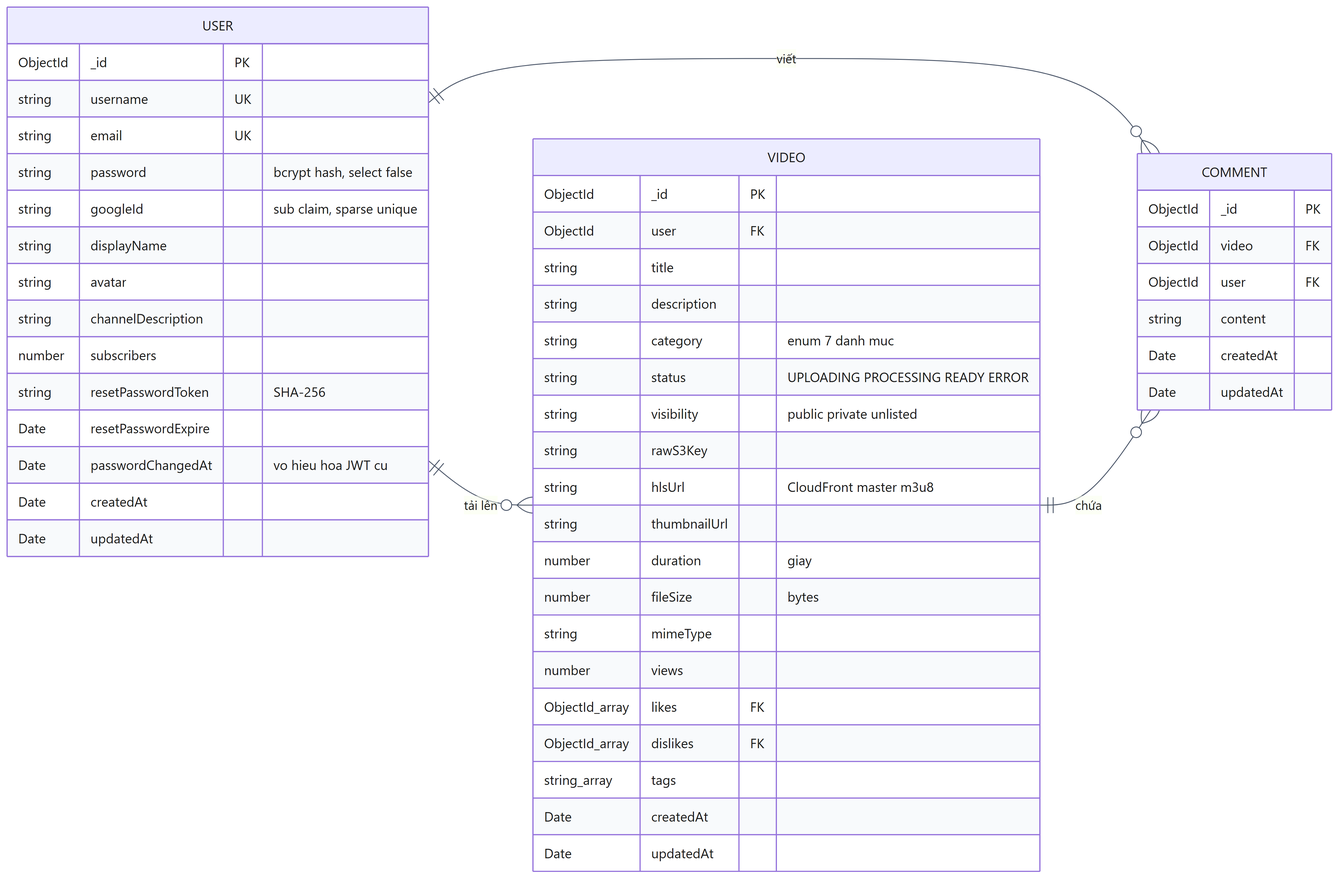
Earlier version of the Mermaid export docs/diagrams/04-database-erd.png (DinhQuocCuong28664/DACNTT_VideoStreaming). Its source is kept beside it as docs/diagrams/src/04-database-erd.mmd.
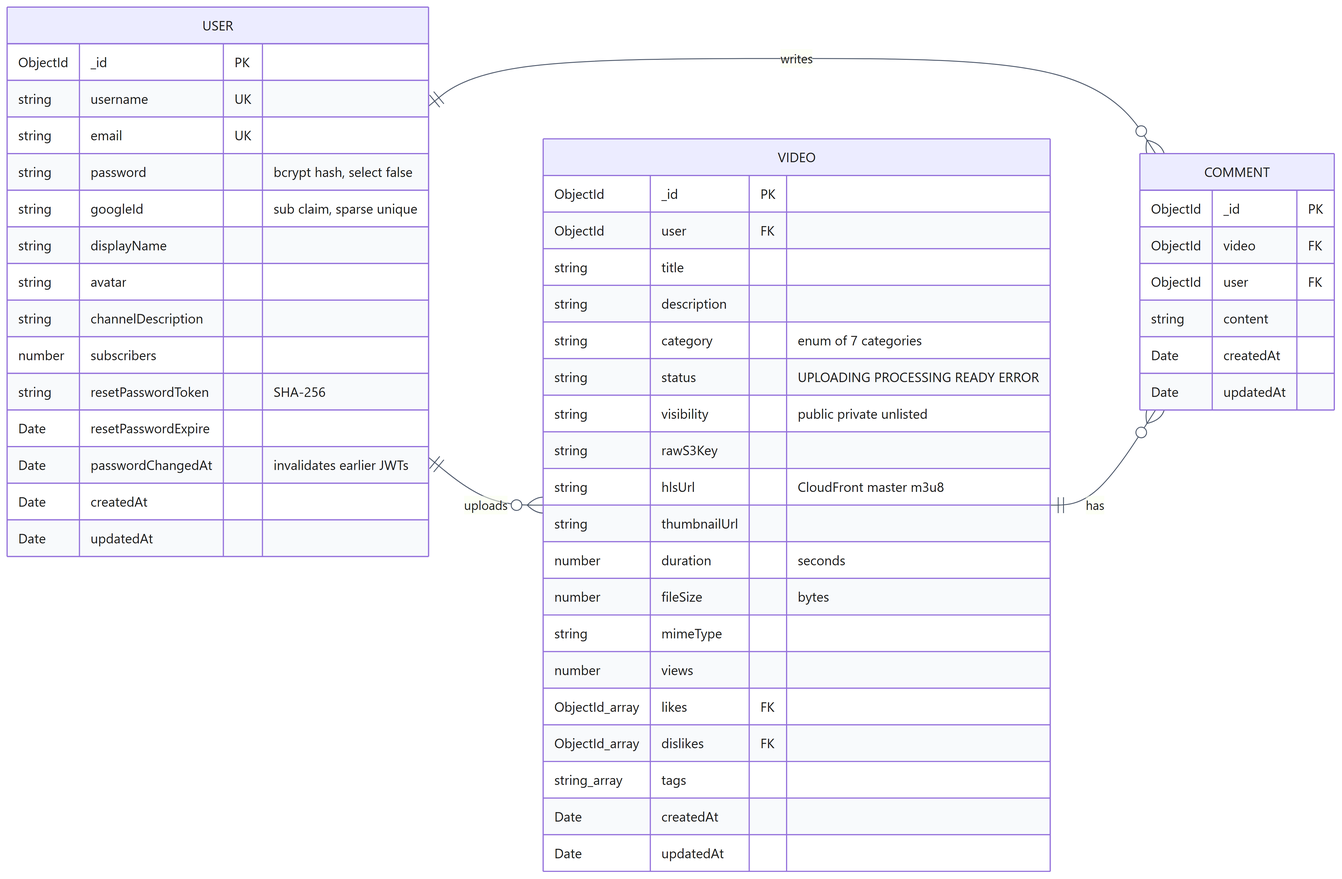
Above is the later version.

The edit, as a diff of the source:
```diff
@@ -1,9 +1,9 @@
 erDiagram
     direction LR
 
-    USER ||--o{ VIDEO : "tải lên"
-    USER ||--o{ COMMENT : "viết"
-    VIDEO ||--o{ COMMENT : "chứa"
+    USER ||--o{ VIDEO : "uploads"
+    USER ||--o{ COMMENT : "writes"
+    VIDEO ||--o{ COMMENT : "has"
 
     USER {
         ObjectId _id PK
@@ -17,7 +17,7 @@
         number subscribers
         string resetPasswordToken "SHA-256"
         Date resetPasswordExpire
-        Date passwordChangedAt "vo hieu hoa JWT cu"
+        Date passwordChangedAt "invalidates earlier JWTs"
         Date createdAt
         Date updatedAt
     }
@@ -27,13 +27,13 @@
         ObjectId user FK
         string title
         string description
-        string category "enum 7 danh muc"
+        string category "enum of 7 categories"
         string status "UPLOADING PROCESSING READY ERROR"
         string visibility "public private unlisted"
         string rawS3Key
         string hlsUrl "CloudFront master m3u8"
         string thumbnailUrl
-        number duration "giay"
+        number duration "seconds"
         number fileSize "bytes"
         string mimeType
         number views
```
